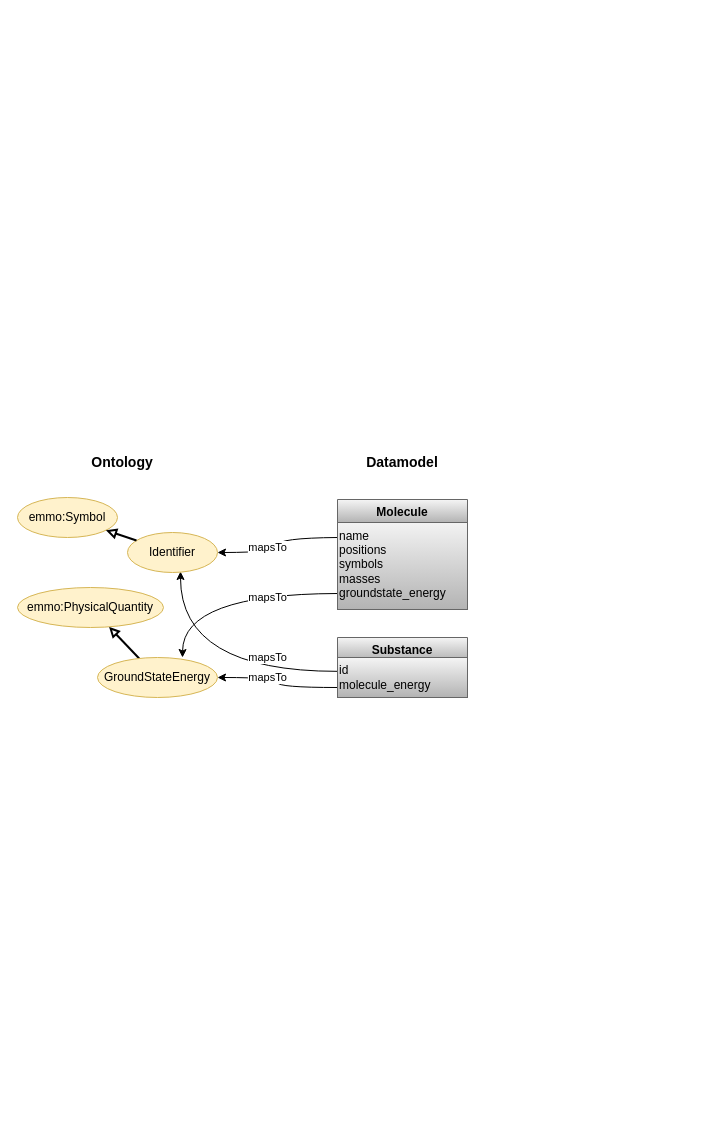
This is page "mappings" (6 of 17) of examples/dehydrogenation/figs/dehydrogenation.drawio from SINTEF/dlite, a draw.io file, before an edit. Source tidied: cells renumbered, new cells numbered last; positions are measured from the earlier drawing's top-left corner, leaving out a move shared by most shapes. Both pictures are drawn from the tidied source at 100%, with x=0, y=0 at pixel (17, 447).
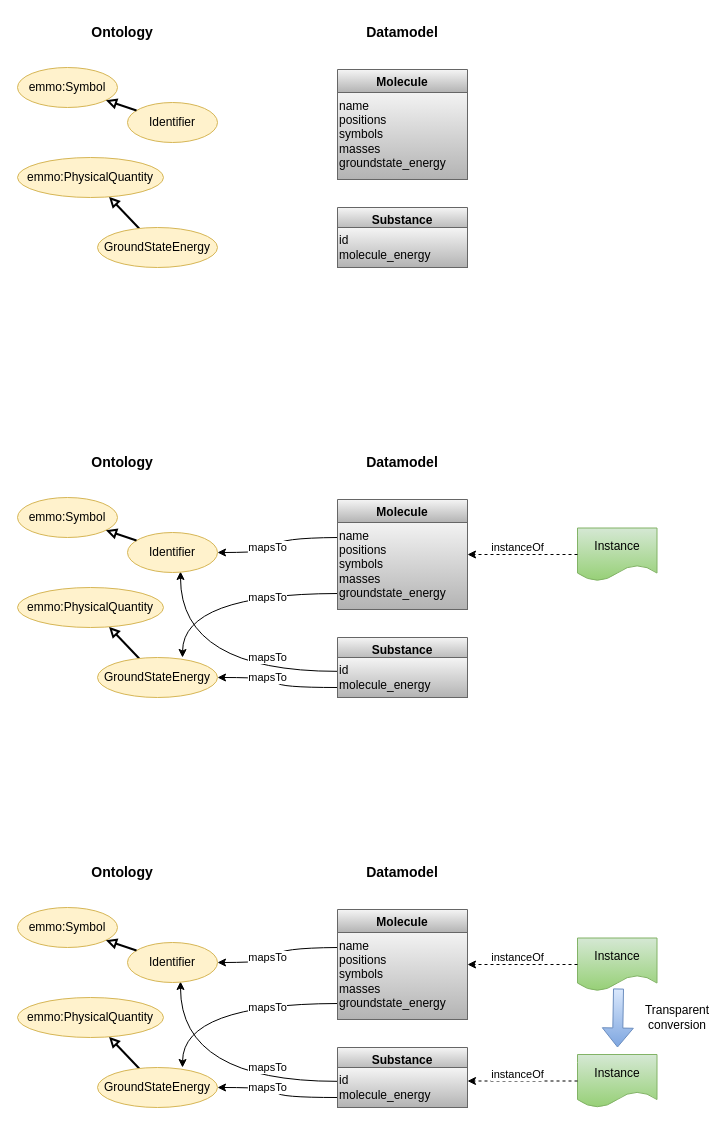
After the change.

The change refers to these unchanged cells:
```xml
<mxCell id="13" value="Molecule" style="swimlane;fillColor=#f5f5f5;gradientColor=#b3b3b3;strokeColor=#666666;" parent="1" vertex="1">
  <mxGeometry x="320" y="52" width="130" height="110" as="geometry" />
</mxCell>
```

Change to the diagram source:
```diff
@@
+    <mxCell id="18" value="Instance" style="shape=document;whiteSpace=wrap;html=1;boundedLbl=1;fillColor=#d5e8d4;strokeColor=#82b366;gradientColor=#97d077;" parent="1" vertex="1">
+      <mxGeometry x="560" y="80.5" width="79.5" height="53" as="geometry" />
+    </mxCell>
+    <mxCell id="19" value="instanceOf" style="endArrow=classic;html=1;rounded=0;exitX=0;exitY=0.5;exitDx=0;exitDy=0;entryX=1;entryY=0.5;entryDx=0;entryDy=0;dashed=1;" parent="1" edge="1" source="18" target="13">
+      <mxGeometry x="0.09" y="-7" relative="1" as="geometry" />
+    </mxCell>
+    <mxCell id="20" style="rounded=0;jettySize=auto;html=1;endArrow=block;endFill=0;strokeWidth=2;" parent="1" edge="1" source="21" target="22">
+      <mxGeometry relative="1" as="geometry" />
+    </mxCell>
+    <mxCell id="21" value="GroundStateEnergy" style="ellipse;whiteSpace=wrap;html=1;fillColor=#fff2cc;strokeColor=#d6b656;" parent="1" vertex="1">
+      <mxGeometry x="80" y="620" width="120" height="40" as="geometry" />
+    </mxCell>
+    <mxCell id="22" value="emmo:PhysicalQuantity" style="ellipse;whiteSpace=wrap;html=1;fillColor=#fff2cc;strokeColor=#d6b656;" parent="1" vertex="1">
+      <mxGeometry y="550" width="146" height="40" as="geometry" />
+    </mxCell>
+    <mxCell id="23" value="mapsTo" style="edgeStyle=orthogonalEdgeStyle;curved=1;rounded=1;orthogonalLoop=1;jettySize=auto;html=1;fontSize=11;endArrow=classic;endFill=1;startArrow=none;startFill=0;" parent="1" edge="1">
+      <mxGeometry x="-0.36" y="4" relative="1" as="geometry">
+        <mxPoint x="320" y="556" as="sourcePoint" />
+        <mxPoint x="165" y="620" as="targetPoint" />
+      </mxGeometry>
+    </mxCell>
+    <mxCell id="24" value="name&lt;br&gt;positions&lt;br&gt;symbols&lt;br&gt;masses&lt;br&gt;groundstate_energy" style="whiteSpace=wrap;html=1;rounded=0;align=left;strokeColor=#666666;fillColor=#f5f5f5;gradientColor=#b3b3b3;" parent="1" vertex="1">
+      <mxGeometry x="320" y="482" width="130" height="90" as="geometry" />
+    </mxCell>
+    <mxCell id="25" value="mapsTo" style="edgeStyle=orthogonalEdgeStyle;curved=1;rounded=1;jettySize=auto;html=1;entryX=-0.002;entryY=0.346;entryDx=0;entryDy=0;fontSize=11;endArrow=none;endFill=0;startArrow=classic;exitX=0.589;exitY=0.975;exitDx=0;exitDy=0;exitPerimeter=0;entryPerimeter=0;" parent="1" edge="1" source="26" target="33">
+      <mxGeometry x="0.46" y="14" relative="1" as="geometry" />
+    </mxCell>
+    <mxCell id="26" value="Identifier" style="ellipse;whiteSpace=wrap;html=1;fillColor=#fff2cc;strokeColor=#d6b656;" parent="1" vertex="1">
+      <mxGeometry x="110" y="495" width="90" height="40" as="geometry" />
+    </mxCell>
+    <mxCell id="27" value="emmo:Symbol" style="ellipse;whiteSpace=wrap;html=1;fillColor=#fff2cc;strokeColor=#d6b656;" parent="1" vertex="1">
+      <mxGeometry y="460" width="100" height="40" as="geometry" />
+    </mxCell>
+    <mxCell id="28" style="rounded=0;jettySize=auto;html=1;endArrow=block;endFill=0;strokeWidth=2;" parent="1" edge="1" source="26" target="27">
+      <mxGeometry relative="1" as="geometry" />
+    </mxCell>
+    <mxCell id="29" value="mapsTo" style="endArrow=none;startArrow=classic;html=1;endFill=0;edgeStyle=orthogonalEdgeStyle;curved=1;exitX=1;exitY=0.5;exitDx=0;exitDy=0;" parent="1" edge="1" source="26">
+      <mxGeometry x="-0.26" y="5" relative="1" as="geometry">
+        <mxPoint x="320" y="500" as="targetPoint" />
+      </mxGeometry>
+    </mxCell>
+    <mxCell id="30" value="mapsTo" style="edgeStyle=orthogonalEdgeStyle;curved=1;rounded=1;jettySize=auto;html=1;entryX=1;entryY=0.5;entryDx=0;entryDy=0;fontSize=11;endArrow=classic;endFill=1;exitX=0;exitY=0.75;exitDx=0;exitDy=0;startArrow=none;startFill=0;" parent="1" edge="1" source="33" target="21">
+      <mxGeometry x="0.23" relative="1" as="geometry" />
+    </mxCell>
+    <mxCell id="31" value="Molecule" style="swimlane;fillColor=#f5f5f5;gradientColor=#b3b3b3;strokeColor=#666666;" parent="1" vertex="1">
+      <mxGeometry x="320" y="462" width="130" height="110" as="geometry" />
+    </mxCell>
+    <mxCell id="32" value="Substance" style="swimlane;fillColor=#f5f5f5;gradientColor=#b3b3b3;strokeColor=#666666;" parent="1" vertex="1">
+      <mxGeometry x="320" y="600" width="130" height="60" as="geometry" />
+    </mxCell>
+    <mxCell id="33" value="id&lt;br&gt;molecule_energy" style="whiteSpace=wrap;html=1;rounded=0;align=left;strokeColor=#666666;fillColor=#f5f5f5;gradientColor=#b3b3b3;" parent="32" vertex="1">
+      <mxGeometry y="20" width="130" height="40" as="geometry" />
+    </mxCell>
+    <mxCell id="34" value="&lt;font style=&quot;font-size: 14px&quot;&gt;&lt;b&gt;Ontology&lt;/b&gt;&lt;/font&gt;" style="text;html=1;strokeColor=none;fillColor=none;align=center;verticalAlign=middle;whiteSpace=wrap;rounded=0;fontSize=10;" parent="1" vertex="1">
+      <mxGeometry x="74.5" y="410" width="60" height="30" as="geometry" />
+    </mxCell>
+    <mxCell id="35" value="&lt;font style=&quot;font-size: 14px&quot;&gt;&lt;b&gt;Datamodel&lt;/b&gt;&lt;/font&gt;" style="text;html=1;strokeColor=none;fillColor=none;align=center;verticalAlign=middle;whiteSpace=wrap;rounded=0;fontSize=10;" parent="1" vertex="1">
+      <mxGeometry x="355" y="410" width="60" height="30" as="geometry" />
+    </mxCell>
+    <mxCell id="36" value="Instance" style="shape=document;whiteSpace=wrap;html=1;boundedLbl=1;fillColor=#d5e8d4;strokeColor=#82b366;gradientColor=#97d077;" parent="1" vertex="1">
+      <mxGeometry x="560" y="490.5" width="79.5" height="53" as="geometry" />
+    </mxCell>
+    <mxCell id="37" value="instanceOf" style="endArrow=classic;html=1;rounded=0;exitX=0;exitY=0.5;exitDx=0;exitDy=0;entryX=1;entryY=0.5;entryDx=0;entryDy=0;dashed=1;" parent="1" edge="1" source="36" target="31">
+      <mxGeometry x="0.09" y="-7" relative="1" as="geometry" />
+    </mxCell>
+    <mxCell id="38" value="Instance" style="shape=document;whiteSpace=wrap;html=1;boundedLbl=1;fillColor=#d5e8d4;strokeColor=#82b366;gradientColor=#97d077;" parent="1" vertex="1">
+      <mxGeometry x="560" y="607" width="79.5" height="53" as="geometry" />
+    </mxCell>
+    <mxCell id="39" value="instanceOf" style="endArrow=classic;html=1;rounded=0;exitX=0;exitY=0.5;exitDx=0;exitDy=0;entryX=1;entryY=0.5;entryDx=0;entryDy=0;dashed=1;" parent="1" edge="1" source="38">
+      <mxGeometry x="0.09" y="-7" relative="1" as="geometry">
+        <mxPoint x="450" y="633.5" as="targetPoint" />
+      </mxGeometry>
+    </mxCell>
+    <mxCell id="40" style="shape=flexArrow;endArrow=classic;html=1;rounded=0;exitX=0.516;exitY=0.953;exitDx=0;exitDy=0;exitPerimeter=0;fillColor=#dae8fc;gradientColor=#7ea6e0;strokeColor=#6c8ebf;" parent="1" edge="1" source="36">
+      <mxGeometry relative="1" as="geometry">
+        <mxPoint x="600" y="600" as="targetPoint" />
+      </mxGeometry>
+    </mxCell>
+    <mxCell id="41" value="Transparent conversion" style="text;html=1;strokeColor=none;fillColor=none;align=center;verticalAlign=middle;whiteSpace=wrap;rounded=0;" parent="1" vertex="1">
+      <mxGeometry x="630" y="555" width="60" height="30" as="geometry" />
+    </mxCell>
+    <mxCell id="42" style="rounded=0;jettySize=auto;html=1;endArrow=block;endFill=0;strokeWidth=2;" parent="1" edge="1" source="43" target="44">
+      <mxGeometry relative="1" as="geometry" />
+    </mxCell>
+    <mxCell id="43" value="GroundStateEnergy" style="ellipse;whiteSpace=wrap;html=1;fillColor=#fff2cc;strokeColor=#d6b656;" parent="1" vertex="1">
+      <mxGeometry x="80" y="-220" width="120" height="40" as="geometry" />
+    </mxCell>
+    <mxCell id="44" value="emmo:PhysicalQuantity" style="ellipse;whiteSpace=wrap;html=1;fillColor=#fff2cc;strokeColor=#d6b656;" parent="1" vertex="1">
+      <mxGeometry y="-290" width="146" height="40" as="geometry" />
+    </mxCell>
+    <mxCell id="45" value="name&lt;br&gt;positions&lt;br&gt;symbols&lt;br&gt;masses&lt;br&gt;groundstate_energy" style="whiteSpace=wrap;html=1;rounded=0;align=left;strokeColor=#666666;fillColor=#f5f5f5;gradientColor=#b3b3b3;" parent="1" vertex="1">
+      <mxGeometry x="320" y="-358" width="130" height="90" as="geometry" />
+    </mxCell>
+    <mxCell id="46" value="Identifier" style="ellipse;whiteSpace=wrap;html=1;fillColor=#fff2cc;strokeColor=#d6b656;" parent="1" vertex="1">
+      <mxGeometry x="110" y="-345" width="90" height="40" as="geometry" />
+    </mxCell>
+    <mxCell id="47" value="emmo:Symbol" style="ellipse;whiteSpace=wrap;html=1;fillColor=#fff2cc;strokeColor=#d6b656;" parent="1" vertex="1">
+      <mxGeometry y="-380" width="100" height="40" as="geometry" />
+    </mxCell>
+    <mxCell id="48" style="rounded=0;jettySize=auto;html=1;endArrow=block;endFill=0;strokeWidth=2;" parent="1" edge="1" source="46" target="47">
+      <mxGeometry relative="1" as="geometry" />
+    </mxCell>
+    <mxCell id="49" value="Molecule" style="swimlane;fillColor=#f5f5f5;gradientColor=#b3b3b3;strokeColor=#666666;" parent="1" vertex="1">
+      <mxGeometry x="320" y="-378" width="130" height="110" as="geometry" />
+    </mxCell>
+    <mxCell id="50" value="Substance" style="swimlane;fillColor=#f5f5f5;gradientColor=#b3b3b3;strokeColor=#666666;" parent="1" vertex="1">
+      <mxGeometry x="320" y="-240" width="130" height="60" as="geometry" />
+    </mxCell>
+    <mxCell id="51" value="id&lt;br&gt;molecule_energy" style="whiteSpace=wrap;html=1;rounded=0;align=left;strokeColor=#666666;fillColor=#f5f5f5;gradientColor=#b3b3b3;" parent="50" vertex="1">
+      <mxGeometry y="20" width="130" height="40" as="geometry" />
+    </mxCell>
+    <mxCell id="52" value="&lt;font style=&quot;font-size: 14px&quot;&gt;&lt;b&gt;Ontology&lt;/b&gt;&lt;/font&gt;" style="text;html=1;strokeColor=none;fillColor=none;align=center;verticalAlign=middle;whiteSpace=wrap;rounded=0;fontSize=10;" parent="1" vertex="1">
+      <mxGeometry x="74.5" y="-430" width="60" height="30" as="geometry" />
+    </mxCell>
+    <mxCell id="53" value="&lt;font style=&quot;font-size: 14px&quot;&gt;&lt;b&gt;Datamodel&lt;/b&gt;&lt;/font&gt;" style="text;html=1;strokeColor=none;fillColor=none;align=center;verticalAlign=middle;whiteSpace=wrap;rounded=0;fontSize=10;" parent="1" vertex="1">
+      <mxGeometry x="355" y="-430" width="60" height="30" as="geometry" />
+    </mxCell>
```
